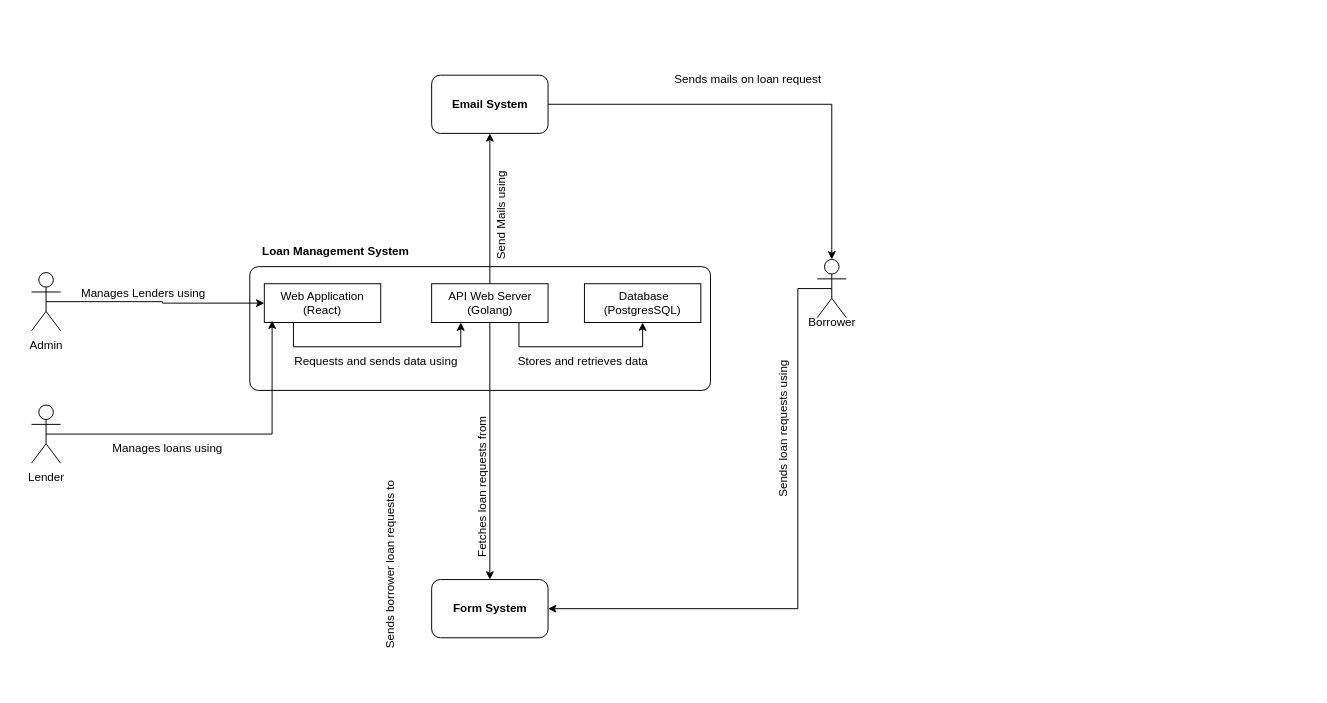
This is src/ctx-diagram.drawio from miriam-samuels/loan-management, a draw.io file, before an edit. Source tidied: cells renumbered, new cells numbered last; positions are measured from the earlier drawing's top-left corner, leaving out a move shared by most shapes. Both pictures are drawn from the tidied source at 97%, with x=0, y=0 at pixel (16, 65).
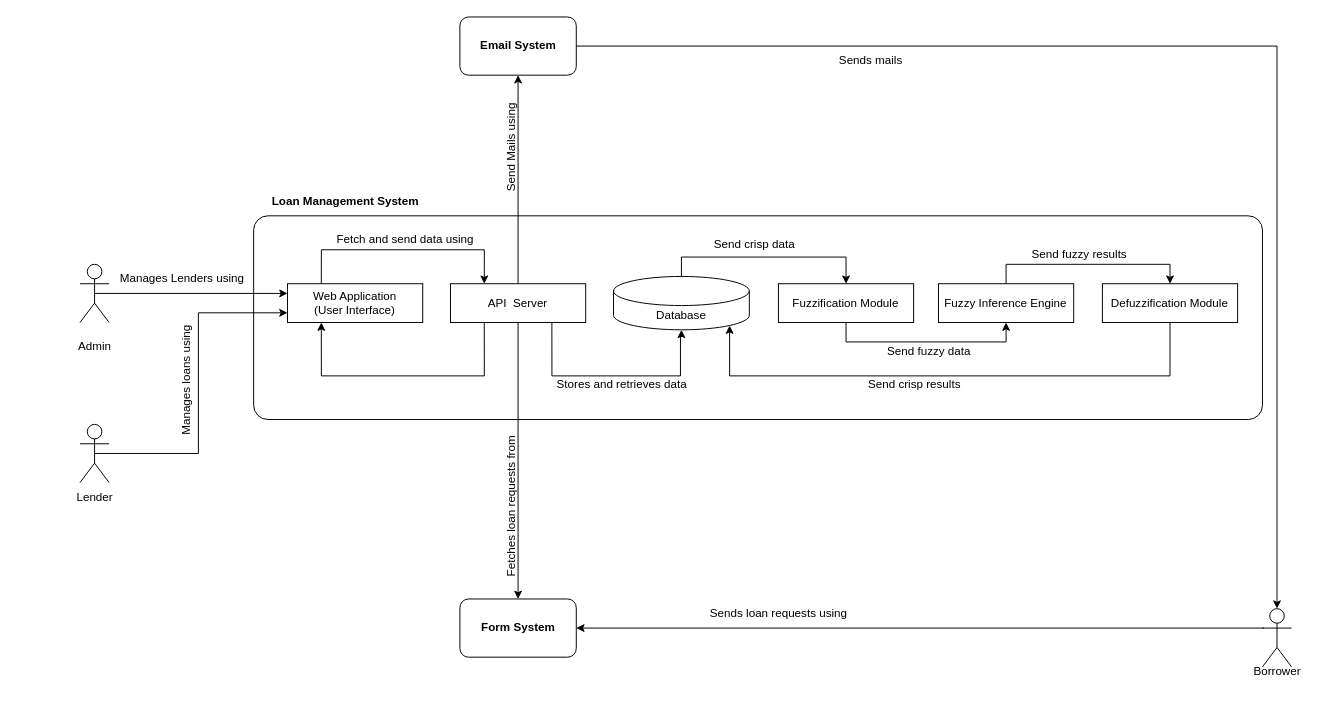
The same diagram, later.

The edit, as a diff of the source:
```diff
@@
     <mxCell id="2" style="group;" parent="1" vertex="1">
-      <mxGeometry x="240" y="195" width="495" height="140" as="geometry" />
+      <mxGeometry x="244" y="195" width="1040" height="170" as="geometry" />
     </mxCell>
     <mxCell id="3" style="rounded=1;whiteSpace=wrap;html=1;arcSize=7;" parent="2" vertex="1">
-      <mxGeometry y="12.4" width="475" height="127.6" as="geometry" />
+      <mxGeometry y="-40" width="1040" height="210" as="geometry" />
     </mxCell>
-    <mxCell id="4" style="edgeStyle=orthogonalEdgeStyle;rounded=0;jettySize=auto;html=1;exitX=0.75;exitY=1;exitDx=0;exitDy=0;entryX=0.5;entryY=1;entryDx=0;entryDy=0;" parent="2" edge="1" source="5" target="6">
+    <mxCell id="4" style="edgeStyle=orthogonalEdgeStyle;rounded=0;jettySize=auto;html=1;exitX=0.75;exitY=1;exitDx=0;exitDy=0;entryX=0.5;entryY=1;entryDx=0;entryDy=0;entryPerimeter=0;" parent="2" edge="1" source="5" target="43">
       <mxGeometry relative="1" as="geometry">
         <Array as="points">
-          <mxPoint x="278" y="95" />
-          <mxPoint x="405" y="95" />
+          <mxPoint x="308" y="125" />
+          <mxPoint x="440" y="125" />
+          <mxPoint x="440" y="85" />
+          <mxPoint x="441" y="85" />
         </Array>
       </mxGeometry>
     </mxCell>
+    <mxCell id="33" style="edgeStyle=orthogonalEdgeStyle;rounded=0;jettySize=auto;html=1;exitX=0.25;exitY=1;exitDx=0;exitDy=0;entryX=0.25;entryY=1;entryDx=0;entryDy=0;" parent="2" edge="1" source="5" target="9">
+      <mxGeometry relative="1" as="geometry">
+        <Array as="points">
+          <mxPoint x="238" y="125" />
+          <mxPoint x="70" y="125" />
+        </Array>
+      </mxGeometry>
+    </mxCell>
-    <mxCell id="5" value="API Web Server&lt;br&gt;(Golang)" style="rounded=0;whiteSpace=wrap;html=1;" parent="2" vertex="1">
-      <mxGeometry x="187.5" y="30" width="120" height="40" as="geometry" />
+    <mxCell id="5" value="API&amp;nbsp; Server" style="rounded=0;whiteSpace=wrap;html=1;" parent="2" vertex="1">
+      <mxGeometry x="202.9" y="30" width="139.4" height="40" as="geometry" />
     </mxCell>
-    <mxCell id="6" value="&amp;nbsp;Database&lt;br&gt;(PostgresSQL)" style="rounded=0;whiteSpace=wrap;html=1;" parent="2" vertex="1">
-      <mxGeometry x="345" y="30" width="120" height="40" as="geometry" />
-    </mxCell>
-    <mxCell id="7" value="Stores and retrieves data&amp;nbsp;" style="text;html=1;align=center;verticalAlign=middle;strokeColor=none;fillColor=none;" parent="2" vertex="1">
-      <mxGeometry x="265" y="95" width="160" height="30" as="geometry" />
-    </mxCell>
-    <mxCell id="8" style="edgeStyle=orthogonalEdgeStyle;rounded=0;jettySize=auto;html=1;exitX=0.25;exitY=1;exitDx=0;exitDy=0;entryX=0.25;entryY=1;entryDx=0;entryDy=0;" parent="2" edge="1" source="9" target="5">
+    <mxCell id="8" style="edgeStyle=orthogonalEdgeStyle;rounded=0;jettySize=auto;html=1;exitX=0.25;exitY=0;exitDx=0;exitDy=0;entryX=0.25;entryY=0;entryDx=0;entryDy=0;" parent="2" edge="1" source="9" target="5">
       <mxGeometry relative="1" as="geometry">
         <Array as="points">
-          <mxPoint x="45" y="95" />
-          <mxPoint x="218" y="95" />
+          <mxPoint x="70" y="-5" />
+          <mxPoint x="238" y="-5" />
         </Array>
       </mxGeometry>
     </mxCell>
-    <mxCell id="9" value="Web Application&lt;br&gt;(React)" style="rounded=0;whiteSpace=wrap;html=1;" parent="2" vertex="1">
-      <mxGeometry x="15" y="30" width="120" height="40" as="geometry" />
+    <mxCell id="9" value="Web Application&lt;br&gt;(User Interface)" style="rounded=0;whiteSpace=wrap;html=1;" parent="2" vertex="1">
+      <mxGeometry x="34.9" y="30" width="139.4" height="40" as="geometry" />
     </mxCell>
+    <mxCell id="34" style="edgeStyle=orthogonalEdgeStyle;rounded=0;jettySize=auto;html=1;exitX=0.5;exitY=1;exitDx=0;exitDy=0;entryX=0.5;entryY=1;entryDx=0;entryDy=0;" parent="2" edge="1" source="35" target="37">
+      <mxGeometry relative="1" as="geometry" />
+    </mxCell>
+    <mxCell id="35" value="Fuzzification Module" style="rounded=0;whiteSpace=wrap;html=1;" parent="2" vertex="1">
+      <mxGeometry x="541" y="30" width="139.4" height="40" as="geometry" />
+    </mxCell>
+    <mxCell id="36" style="edgeStyle=orthogonalEdgeStyle;rounded=0;jettySize=auto;html=1;exitX=0.5;exitY=0;exitDx=0;exitDy=0;entryX=0.5;entryY=0;entryDx=0;entryDy=0;" parent="2" edge="1" source="37" target="39">
+      <mxGeometry relative="1" as="geometry" />
+    </mxCell>
+    <mxCell id="37" value="Fuzzy Inference Engine" style="rounded=0;whiteSpace=wrap;html=1;" parent="2" vertex="1">
+      <mxGeometry x="706" y="30" width="139.4" height="40" as="geometry" />
+    </mxCell>
+    <mxCell id="38" value="Send fuzzy data" style="text;html=1;align=center;verticalAlign=middle;strokeColor=none;fillColor=none;" parent="2" vertex="1">
+      <mxGeometry x="641" y="85" width="110" height="30" as="geometry" />
+    </mxCell>
+    <mxCell id="7" value="Stores and retrieves data&amp;nbsp;" style="text;html=1;align=center;verticalAlign=middle;strokeColor=none;fillColor=none;" parent="2" vertex="1">
+      <mxGeometry x="301" y="119" width="160" height="30" as="geometry" />
+    </mxCell>
+    <mxCell id="39" value="Defuzzification Module" style="rounded=0;whiteSpace=wrap;html=1;" parent="2" vertex="1">
+      <mxGeometry x="875" y="30" width="139.4" height="40" as="geometry" />
+    </mxCell>
+    <mxCell id="40" value="Send fuzzy results" style="text;html=1;align=center;verticalAlign=middle;strokeColor=none;fillColor=none;" parent="2" vertex="1">
+      <mxGeometry x="791" y="-15" width="120" height="30" as="geometry" />
+    </mxCell>
+    <mxCell id="41" value="Send crisp results" style="text;html=1;align=center;verticalAlign=middle;strokeColor=none;fillColor=none;" parent="2" vertex="1">
+      <mxGeometry x="621" y="119" width="120" height="30" as="geometry" />
+    </mxCell>
+    <mxCell id="42" style="edgeStyle=orthogonalEdgeStyle;rounded=0;jettySize=auto;html=1;exitX=0.5;exitY=0;exitDx=0;exitDy=0;exitPerimeter=0;entryX=0.5;entryY=0;entryDx=0;entryDy=0;" parent="2" edge="1" source="43" target="35">
+      <mxGeometry relative="1" as="geometry" />
+    </mxCell>
+    <mxCell id="43" value="Database" style="shape=cylinder3;whiteSpace=wrap;html=1;boundedLbl=1;backgroundOutline=1;size=15;" parent="2" vertex="1">
+      <mxGeometry x="371" y="22.5" width="140" height="55" as="geometry" />
+    </mxCell>
+    <mxCell id="44" value="Send crisp data" style="text;html=1;align=center;verticalAlign=middle;strokeColor=none;fillColor=none;" parent="2" vertex="1">
+      <mxGeometry x="461" y="-25" width="110" height="30" as="geometry" />
+    </mxCell>
+    <mxCell id="45" style="edgeStyle=orthogonalEdgeStyle;rounded=0;jettySize=auto;html=1;exitX=0.5;exitY=1;exitDx=0;exitDy=0;entryX=0.855;entryY=1;entryDx=0;entryDy=-4.35;entryPerimeter=0;" parent="2" edge="1" source="39" target="43">
+      <mxGeometry relative="1" as="geometry">
+        <Array as="points">
+          <mxPoint x="945" y="125" />
+          <mxPoint x="491" y="125" />
+        </Array>
+      </mxGeometry>
+    </mxCell>
-    <mxCell id="10" value="Requests and sends data using" style="text;html=1;align=center;verticalAlign=middle;strokeColor=none;fillColor=none;" parent="2" vertex="1">
-      <mxGeometry x="35" y="95" width="190" height="30" as="geometry" />
+    <mxCell id="10" value="Fetch and send data using" style="text;html=1;align=center;verticalAlign=middle;strokeColor=none;fillColor=none;" parent="2" vertex="1">
+      <mxGeometry x="76" y="-30" width="160" height="30" as="geometry" />
     </mxCell>
-    <mxCell id="11" value="&lt;b style=&quot;border-color: var(--border-color);&quot;&gt;Loan Management System&amp;nbsp;&lt;br&gt;&lt;/b&gt;" style="text;html=1;align=center;verticalAlign=middle;strokeColor=none;fillColor=none;" parent="2" vertex="1">
-      <mxGeometry y="-17.6" width="180" height="30" as="geometry" />
-    </mxCell>
-    <mxCell id="12" style="edgeStyle=orthogonalEdgeStyle;rounded=0;jettySize=auto;html=1;exitX=0.5;exitY=0.5;exitDx=0;exitDy=0;exitPerimeter=0;entryX=0;entryY=0.5;entryDx=0;entryDy=0;" parent="1" edge="1" source="13" target="9">
+    <mxCell id="12" style="edgeStyle=orthogonalEdgeStyle;rounded=0;jettySize=auto;html=1;exitX=0.5;exitY=0.5;exitDx=0;exitDy=0;exitPerimeter=0;entryX=0;entryY=0.25;entryDx=0;entryDy=0;" parent="1" edge="1" source="13" target="9">
       <mxGeometry relative="1" as="geometry" />
     </mxCell>
     <mxCell id="13" value="Actor" style="shape=umlActor;verticalLabelPosition=bottom;verticalAlign=top;html=1;noLabel=1;" parent="1" vertex="1">
-      <mxGeometry x="15" y="213.5" width="30" height="60" as="geometry" />
+      <mxGeometry x="65" y="205" width="30" height="60" as="geometry" />
     </mxCell>
     <mxCell id="14" value="Actor" style="shape=umlActor;verticalLabelPosition=bottom;verticalAlign=top;html=1;noLabel=1;" parent="1" vertex="1">
-      <mxGeometry x="15" y="350" width="30" height="60" as="geometry" />
+      <mxGeometry x="65" y="370" width="30" height="60" as="geometry" />
     </mxCell>
+    <mxCell id="25" style="edgeStyle=orthogonalEdgeStyle;rounded=0;jettySize=auto;html=1;exitX=0;exitY=0.3333333333333333;exitDx=0;exitDy=0;exitPerimeter=0;entryX=1;entryY=0.5;entryDx=0;entryDy=0;" parent="1" edge="1" source="15" target="24">
+      <mxGeometry relative="1" as="geometry">
+        <Array as="points">
+          <mxPoint x="1285" y="580" />
+        </Array>
+      </mxGeometry>
+    </mxCell>
     <mxCell id="15" value="Actor" style="shape=umlActor;verticalLabelPosition=bottom;verticalAlign=top;html=1;noLabel=1;" parent="1" vertex="1">
-      <mxGeometry x="825" y="200" width="30" height="60" as="geometry" />
+      <mxGeometry x="1284" y="560" width="30" height="60" as="geometry" />
     </mxCell>
     <mxCell id="16" value="Admin" style="text;html=1;align=center;verticalAlign=middle;strokeColor=none;fillColor=none;" parent="1" vertex="1">
-      <mxGeometry y="273.5" width="60" height="30" as="geometry" />
+      <mxGeometry x="50" y="275" width="60" height="30" as="geometry" />
     </mxCell>
-    <mxCell id="17" value="Manages loans using" style="text;html=1;align=center;verticalAlign=middle;strokeColor=none;fillColor=none;" parent="1" vertex="1">
-      <mxGeometry x="85" y="380" width="140" height="30" as="geometry" />
+    <mxCell id="17" value="Manages loans using" style="text;html=1;align=center;verticalAlign=middle;strokeColor=none;fillColor=none;rotation=-90;" parent="1" vertex="1">
+      <mxGeometry x="105" y="310" width="140" height="30" as="geometry" />
     </mxCell>
     <mxCell id="18" value="Borrower" style="text;html=1;align=center;verticalAlign=middle;strokeColor=none;fillColor=none;" parent="1" vertex="1">
-      <mxGeometry x="805" y="250" width="70" height="30" as="geometry" />
+      <mxGeometry x="1264" y="610" width="70" height="30" as="geometry" />
     </mxCell>
     <mxCell id="19" value="&lt;b&gt;Email System&lt;/b&gt;" style="rounded=1;whiteSpace=wrap;html=1;" parent="1" vertex="1">
-      <mxGeometry x="427.5" y="10" width="120" height="60" as="geometry" />
+      <mxGeometry x="456.6" y="-50" width="120" height="60" as="geometry" />
     </mxCell>
@@
     <mxCell id="21" value="Send Mails using" style="text;html=1;align=center;verticalAlign=middle;strokeColor=none;fillColor=none;rotation=-90;" parent="1" vertex="1">
-      <mxGeometry x="445" y="140" width="110" height="30" as="geometry" />
+      <mxGeometry x="455" y="70" width="110" height="30" as="geometry" />
     </mxCell>
@@
-    <mxCell id="23" value="Sends mails on loan request&amp;nbsp;" style="text;html=1;align=center;verticalAlign=middle;strokeColor=none;fillColor=none;" parent="1" vertex="1">
-      <mxGeometry x="665" width="180" height="30" as="geometry" />
+    <mxCell id="23" value="Sends mails" style="text;html=1;align=center;verticalAlign=middle;strokeColor=none;fillColor=none;" parent="1" vertex="1">
+      <mxGeometry x="835" y="-20" width="90" height="30" as="geometry" />
     </mxCell>
     <mxCell id="24" value="&lt;b&gt;Form System&lt;/b&gt;" style="rounded=1;whiteSpace=wrap;html=1;" parent="1" vertex="1">
-      <mxGeometry x="427.5" y="530" width="120" height="60" as="geometry" />
+      <mxGeometry x="456.6" y="550" width="120" height="60" as="geometry" />
     </mxCell>
-    <mxCell id="25" style="edgeStyle=orthogonalEdgeStyle;rounded=0;jettySize=auto;html=1;exitX=0.5;exitY=0.5;exitDx=0;exitDy=0;exitPerimeter=0;entryX=1;entryY=0.5;entryDx=0;entryDy=0;" parent="1" edge="1" source="15" target="24">
-      <mxGeometry relative="1" as="geometry">
-        <Array as="points">
-          <mxPoint x="805" y="230" />
-          <mxPoint x="805" y="560" />
-        </Array>
-      </mxGeometry>
-    </mxCell>
-    <mxCell id="26" value="Sends loan requests using" style="text;html=1;align=center;verticalAlign=middle;strokeColor=none;fillColor=none;rotation=-90;" parent="1" vertex="1">
-      <mxGeometry x="710" y="360" width="160" height="30" as="geometry" />
+    <mxCell id="26" value="Sends loan requests using" style="text;html=1;align=center;verticalAlign=middle;strokeColor=none;fillColor=none;rotation=0;" parent="1" vertex="1">
+      <mxGeometry x="705" y="550" width="160" height="30" as="geometry" />
     </mxCell>
-    <mxCell id="27" value="Sends borrower loan requests to" style="text;html=1;align=center;verticalAlign=middle;strokeColor=none;fillColor=none;rotation=-90;" parent="1" vertex="1">
-      <mxGeometry x="285" y="500" width="200" height="30" as="geometry" />
-    </mxCell>
@@
     <mxCell id="29" value="Fetches loan requests from" style="text;html=1;align=center;verticalAlign=middle;strokeColor=none;fillColor=none;rotation=-90;" parent="1" vertex="1">
-      <mxGeometry x="395" y="420" width="170" height="30" as="geometry" />
+      <mxGeometry x="425" y="440" width="170" height="30" as="geometry" />
     </mxCell>
     <mxCell id="30" value="Manages Lenders using" style="text;html=1;align=center;verticalAlign=middle;strokeColor=none;fillColor=none;" parent="1" vertex="1">
-      <mxGeometry x="55" y="220" width="150" height="30" as="geometry" />
+      <mxGeometry x="95" y="205" width="150" height="30" as="geometry" />
     </mxCell>
-    <mxCell id="31" style="edgeStyle=orthogonalEdgeStyle;rounded=0;jettySize=auto;html=1;exitX=0.5;exitY=0.5;exitDx=0;exitDy=0;exitPerimeter=0;entryX=0.067;entryY=0.95;entryDx=0;entryDy=0;entryPerimeter=0;" parent="1" edge="1" source="14" target="9">
+    <mxCell id="31" style="edgeStyle=orthogonalEdgeStyle;rounded=0;jettySize=auto;html=1;exitX=0.5;exitY=0.5;exitDx=0;exitDy=0;exitPerimeter=0;entryX=0;entryY=0.75;entryDx=0;entryDy=0;" parent="1" edge="1" source="14" target="9">
       <mxGeometry relative="1" as="geometry" />
     </mxCell>
     <mxCell id="32" value="Lender" style="text;html=1;align=center;verticalAlign=middle;strokeColor=none;fillColor=none;" parent="1" vertex="1">
-      <mxGeometry y="410" width="60" height="30" as="geometry" />
+      <mxGeometry x="50" y="430" width="60" height="30" as="geometry" />
     </mxCell>
+    <mxCell id="11" value="&lt;b style=&quot;border-color: var(--border-color);&quot;&gt;Loan Management System&amp;nbsp;&lt;br&gt;&lt;/b&gt;" style="text;html=1;align=center;verticalAlign=middle;strokeColor=none;fillColor=none;" parent="1" vertex="1">
+      <mxGeometry x="250" y="125" width="180" height="30" as="geometry" />
+    </mxCell>
```
